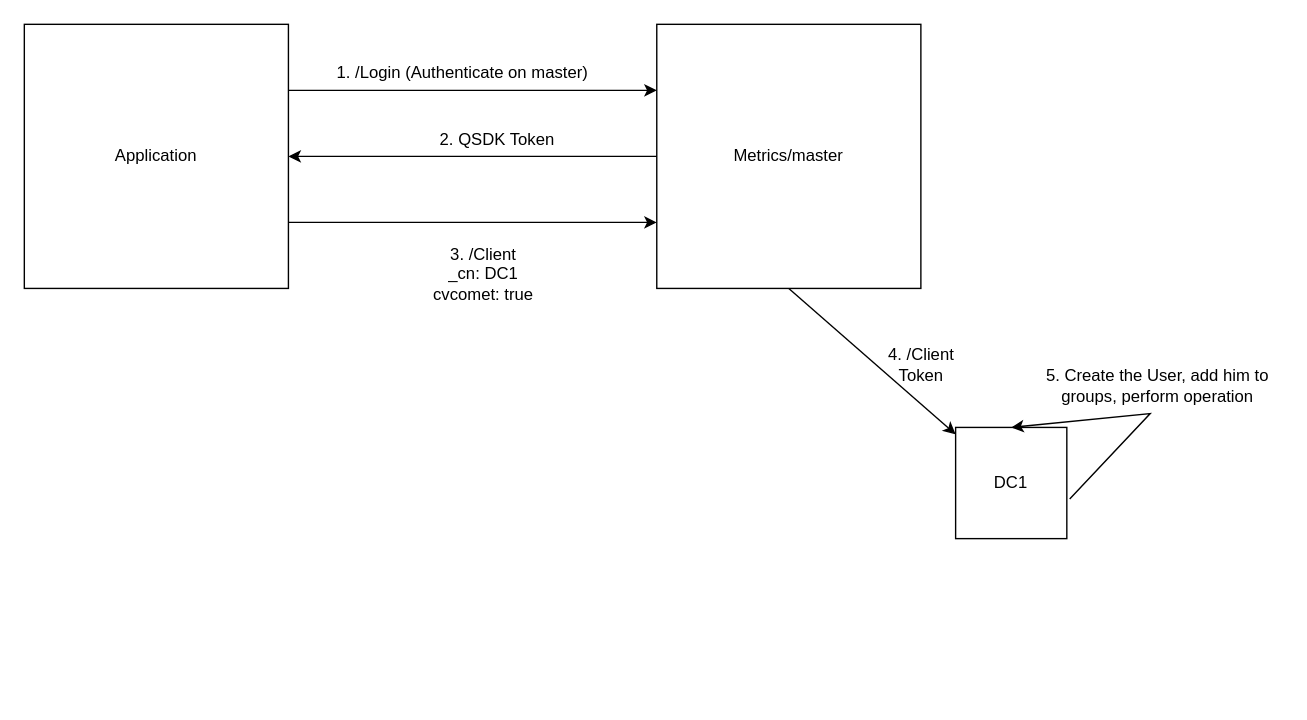
The draw.io diagram MCC.drawio in cvltmaheshp/helm-charts, before the edit. Source tidied: cells renumbered, new cells numbered last; positions are measured from the earlier drawing's top-left corner, leaving out a move shared by most shapes. Both pictures are drawn from the tidied source at 139%, with x=0, y=0 at pixel (24, 24).
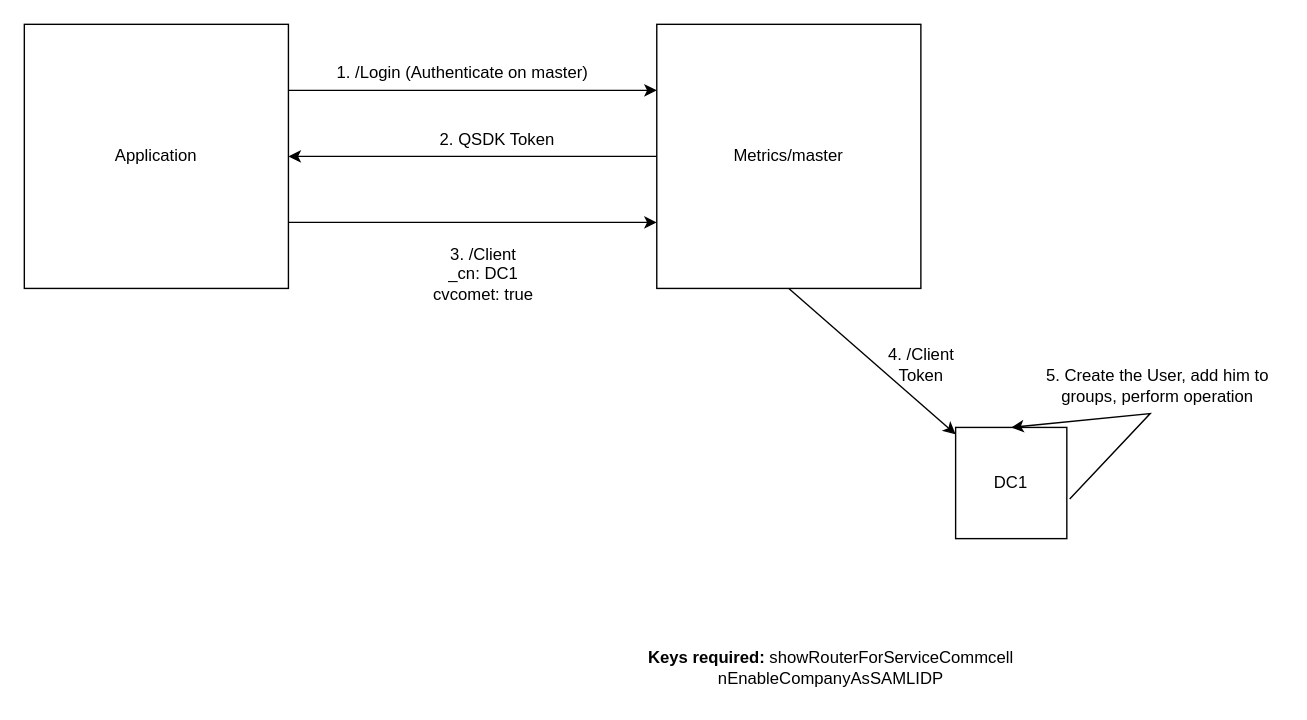
The same page after the edit.

The edit, as a diff of the source:
```diff
@@
 <mxGraphModel>
   <root>
     <mxCell id="0" />
     <mxCell id="1" parent="0" />
     <mxCell id="2" value="Application" style="whiteSpace=wrap;html=1;" parent="1" vertex="1">
       <mxGeometry width="190" height="190" as="geometry" />
     </mxCell>
     <mxCell id="3" value="Metrics/master" style="whiteSpace=wrap;html=1;" parent="1" vertex="1">
       <mxGeometry x="455" width="190" height="190" as="geometry" />
     </mxCell>
     <mxCell id="4" style="endArrow=classic;html=1;rounded=0;exitX=1;exitY=0.25;exitDx=0;exitDy=0;entryX=0;entryY=0.25;entryDx=0;entryDy=0;" parent="1" edge="1" source="2" target="3">
       <mxGeometry relative="1" as="geometry" />
     </mxCell>
     <mxCell id="5" value="1. /Login (Authenticate on master)" style="text;html=1;align=center;verticalAlign=middle;strokeColor=none;fillColor=none;" parent="1" vertex="1">
       <mxGeometry x="215" y="20" width="200" height="30" as="geometry" />
     </mxCell>
     <mxCell id="6" style="endArrow=classic;html=1;rounded=0;exitX=0;exitY=0.5;exitDx=0;exitDy=0;" parent="1" edge="1" source="3" target="2">
       <mxGeometry relative="1" as="geometry" />
     </mxCell>
     <mxCell id="7" value="2. QSDK Token" style="text;html=1;align=center;verticalAlign=middle;strokeColor=none;fillColor=none;" parent="1" vertex="1">
       <mxGeometry x="285" y="68" width="110" height="30" as="geometry" />
     </mxCell>
     <mxCell id="8" style="endArrow=classic;html=1;rounded=0;exitX=1;exitY=0.75;exitDx=0;exitDy=0;entryX=0;entryY=0.75;entryDx=0;entryDy=0;" parent="1" edge="1" source="2" target="3">
       <mxGeometry relative="1" as="geometry" />
     </mxCell>
     <mxCell id="9" value="3. /Client&lt;br&gt;_cn: DC1&lt;br&gt;cvcomet: true" style="text;html=1;align=center;verticalAlign=middle;strokeColor=none;fillColor=none;" parent="1" vertex="1">
       <mxGeometry x="280" y="150" width="100" height="60" as="geometry" />
     </mxCell>
     <mxCell id="10" value="DC1" style="whiteSpace=wrap;html=1;" parent="1" vertex="1">
       <mxGeometry x="670" y="290" width="80" height="80" as="geometry" />
     </mxCell>
     <mxCell id="11" style="endArrow=classic;html=1;rounded=0;" parent="1" edge="1" target="10">
       <mxGeometry relative="1" as="geometry">
         <mxPoint x="550" y="190" as="sourcePoint" />
       </mxGeometry>
     </mxCell>
     <mxCell id="12" value="4. /Client&lt;br&gt;Token" style="text;html=1;align=center;verticalAlign=middle;strokeColor=none;fillColor=none;" parent="1" vertex="1">
       <mxGeometry x="610" y="225" width="70" height="40" as="geometry" />
     </mxCell>
     <mxCell id="13" style="endArrow=classic;html=1;rounded=0;exitX=1.026;exitY=0.644;exitDx=0;exitDy=0;exitPerimeter=0;entryX=0.5;entryY=0;entryDx=0;entryDy=0;" parent="1" edge="1" source="10" target="10">
       <mxGeometry relative="1" as="geometry">
         <Array as="points">
           <mxPoint x="810" y="280" />
         </Array>
       </mxGeometry>
     </mxCell>
     <mxCell id="14" value="5. Create the User, add him to&lt;br&gt;groups, perform operation" style="text;html=1;align=center;verticalAlign=middle;strokeColor=none;fillColor=none;" parent="1" vertex="1">
       <mxGeometry x="725" y="240" width="180" height="40" as="geometry" />
     </mxCell>
+    <mxCell id="15" value="&lt;b&gt;Keys required:&amp;nbsp;&lt;/b&gt;showRouterForServiceCommcell&lt;br&gt;nEnableCompanyAsSAMLIDP" style="text;html=1;align=center;verticalAlign=middle;strokeColor=none;fillColor=none;" parent="1" vertex="1">
+      <mxGeometry x="435" y="443" width="290" height="40" as="geometry" />
+    </mxCell>
   </root>
 </mxGraphModel>
```
